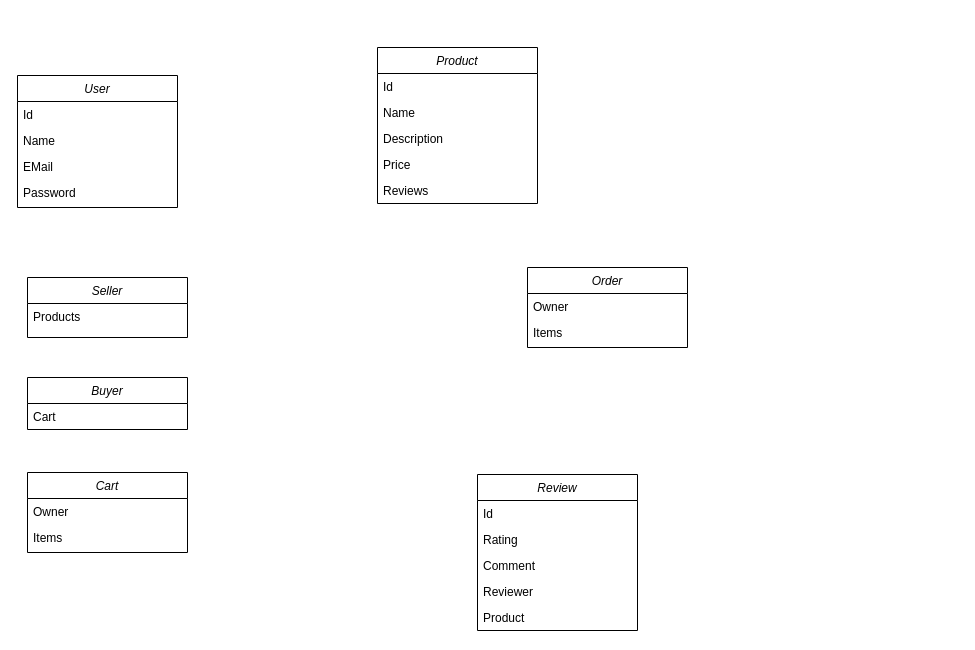
Earlier version of the draw.io diagram Diagramme sans nom.drawio (Caalagan/Caalagan). Source tidied: cells renumbered, new cells numbered last; positions are measured from the earlier drawing's top-left corner, leaving out a move shared by most shapes. Both pictures are drawn from the tidied source at 100%, with x=0, y=0 at pixel (17, 47).
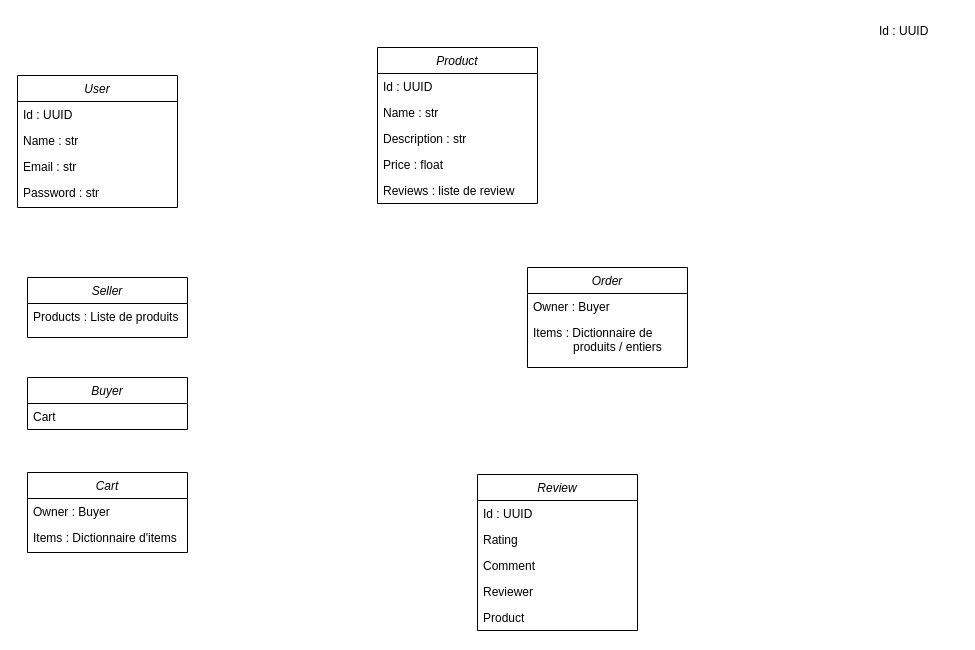
The same page after the edit.

Commit message (it also covers changes not shown here):
Mettre à jour Diagramme sans nom.drawio

The change refers to these unchanged cells:
```xml
<mxCell id="2" value="Seller" style="swimlane;fontStyle=2;align=center;verticalAlign=top;horizontal=1;startSize=26;rounded=0;shadow=0;strokeWidth=1;" parent="1" vertex="1">
  <mxGeometry x="10" y="230" width="160" height="60" as="geometry" />
</mxCell>
<mxCell id="4" value="User" style="swimlane;fontStyle=2;align=center;verticalAlign=top;horizontal=1;startSize=26;rounded=0;shadow=0;strokeWidth=1;" parent="1" vertex="1">
  <mxGeometry y="28" width="160" height="132" as="geometry" />
</mxCell>
<mxCell id="11" value="Product" style="swimlane;fontStyle=2;align=center;verticalAlign=top;horizontal=1;startSize=26;rounded=0;shadow=0;strokeWidth=1;" parent="1" vertex="1">
  <mxGeometry x="360" width="160" height="156" as="geometry" />
</mxCell>
<mxCell id="17" value="Cart" style="swimlane;fontStyle=2;align=center;verticalAlign=top;horizontal=1;startSize=26;rounded=0;shadow=0;strokeWidth=1;" parent="1" vertex="1">
  <mxGeometry x="10" y="425" width="160" height="80" as="geometry" />
</mxCell>
<mxCell id="23" value="Review" style="swimlane;fontStyle=2;align=center;verticalAlign=top;horizontal=1;startSize=26;rounded=0;shadow=0;strokeWidth=1;" parent="1" vertex="1">
  <mxGeometry x="460" y="427" width="160" height="156" as="geometry" />
</mxCell>
```

The edit, as a diff of the source:
```diff
@@
-    <mxCell id="3" value="Products" style="text;align=left;verticalAlign=top;spacingLeft=4;spacingRight=4;overflow=hidden;" parent="2" vertex="1">
+    <mxCell id="3" value="Products : Liste de produits" style="text;align=left;verticalAlign=top;spacingLeft=4;spacingRight=4;overflow=hidden;" parent="2" vertex="1">
       <mxGeometry y="26" width="160" height="26" as="geometry" />
     </mxCell>
@@
-    <mxCell id="5" value="Id" style="text;align=left;verticalAlign=top;spacingLeft=4;spacingRight=4;overflow=hidden;" parent="4" vertex="1">
+    <mxCell id="5" value="Id : UUID" style="text;align=left;verticalAlign=top;spacingLeft=4;spacingRight=4;overflow=hidden;" parent="4" vertex="1">
       <mxGeometry y="26" width="160" height="26" as="geometry" />
     </mxCell>
-    <mxCell id="6" value="Name" style="text;align=left;verticalAlign=top;spacingLeft=4;spacingRight=4;overflow=hidden;rounded=0;shadow=0;html=0;" parent="4" vertex="1">
+    <mxCell id="6" value="Name : str" style="text;align=left;verticalAlign=top;spacingLeft=4;spacingRight=4;overflow=hidden;rounded=0;shadow=0;html=0;" parent="4" vertex="1">
       <mxGeometry y="52" width="160" height="26" as="geometry" />
     </mxCell>
-    <mxCell id="7" value="EMail" style="text;align=left;verticalAlign=top;spacingLeft=4;spacingRight=4;overflow=hidden;rounded=0;shadow=0;html=0;" parent="4" vertex="1">
+    <mxCell id="7" value="Email : str" style="text;align=left;verticalAlign=top;spacingLeft=4;spacingRight=4;overflow=hidden;rounded=0;shadow=0;html=0;" parent="4" vertex="1">
       <mxGeometry y="78" width="160" height="26" as="geometry" />
     </mxCell>
-    <mxCell id="8" value="Password" style="text;align=left;verticalAlign=top;spacingLeft=4;spacingRight=4;overflow=hidden;" parent="4" vertex="1">
+    <mxCell id="8" value="Password : str" style="text;align=left;verticalAlign=top;spacingLeft=4;spacingRight=4;overflow=hidden;" parent="4" vertex="1">
       <mxGeometry y="104" width="160" height="26" as="geometry" />
     </mxCell>
@@
-    <mxCell id="12" value="Id" style="text;align=left;verticalAlign=top;spacingLeft=4;spacingRight=4;overflow=hidden;" parent="11" vertex="1">
+    <mxCell id="12" value="Id : UUID" style="text;align=left;verticalAlign=top;spacingLeft=4;spacingRight=4;overflow=hidden;" parent="11" vertex="1">
       <mxGeometry y="26" width="160" height="26" as="geometry" />
     </mxCell>
-    <mxCell id="13" value="Name" style="text;align=left;verticalAlign=top;spacingLeft=4;spacingRight=4;overflow=hidden;rounded=0;shadow=0;html=0;" parent="11" vertex="1">
+    <mxCell id="13" value="Name : str" style="text;align=left;verticalAlign=top;spacingLeft=4;spacingRight=4;overflow=hidden;rounded=0;shadow=0;html=0;" parent="11" vertex="1">
       <mxGeometry y="52" width="160" height="26" as="geometry" />
     </mxCell>
-    <mxCell id="14" value="Description" style="text;align=left;verticalAlign=top;spacingLeft=4;spacingRight=4;overflow=hidden;rounded=0;shadow=0;html=0;" parent="11" vertex="1">
+    <mxCell id="14" value="Description : str" style="text;align=left;verticalAlign=top;spacingLeft=4;spacingRight=4;overflow=hidden;rounded=0;shadow=0;html=0;" parent="11" vertex="1">
       <mxGeometry y="78" width="160" height="26" as="geometry" />
     </mxCell>
-    <mxCell id="15" value="Price" style="text;align=left;verticalAlign=top;spacingLeft=4;spacingRight=4;overflow=hidden;" parent="11" vertex="1">
+    <mxCell id="15" value="Price : float" style="text;align=left;verticalAlign=top;spacingLeft=4;spacingRight=4;overflow=hidden;" parent="11" vertex="1">
       <mxGeometry y="104" width="160" height="26" as="geometry" />
     </mxCell>
-    <mxCell id="16" value="Reviews" style="text;align=left;verticalAlign=top;spacingLeft=4;spacingRight=4;overflow=hidden;" parent="11" vertex="1">
+    <mxCell id="16" value="Reviews : liste de review" style="text;align=left;verticalAlign=top;spacingLeft=4;spacingRight=4;overflow=hidden;" parent="11" vertex="1">
       <mxGeometry y="130" width="160" height="26" as="geometry" />
     </mxCell>
@@
-    <mxCell id="18" value="Owner" style="text;align=left;verticalAlign=top;spacingLeft=4;spacingRight=4;overflow=hidden;" parent="17" vertex="1">
+    <mxCell id="18" value="Owner : Buyer" style="text;align=left;verticalAlign=top;spacingLeft=4;spacingRight=4;overflow=hidden;" parent="17" vertex="1">
       <mxGeometry y="26" width="160" height="26" as="geometry" />
     </mxCell>
-    <mxCell id="19" value="Items" style="text;align=left;verticalAlign=top;spacingLeft=4;spacingRight=4;overflow=hidden;rounded=0;shadow=0;html=0;" parent="17" vertex="1">
+    <mxCell id="19" value="Items : Dictionnaire d'items" style="text;align=left;verticalAlign=top;spacingLeft=4;spacingRight=4;overflow=hidden;rounded=0;shadow=0;html=0;" parent="17" vertex="1">
       <mxGeometry y="52" width="160" height="26" as="geometry" />
     </mxCell>
     <mxCell id="20" value="Order" style="swimlane;fontStyle=2;align=center;verticalAlign=top;horizontal=1;startSize=26;rounded=0;shadow=0;strokeWidth=1;" parent="1" vertex="1">
-      <mxGeometry x="510" y="220" width="160" height="80" as="geometry" />
+      <mxGeometry x="510" y="220" width="160" height="100" as="geometry" />
     </mxCell>
-    <mxCell id="21" value="Owner" style="text;align=left;verticalAlign=top;spacingLeft=4;spacingRight=4;overflow=hidden;" parent="20" vertex="1">
+    <mxCell id="21" value="Owner : Buyer" style="text;align=left;verticalAlign=top;spacingLeft=4;spacingRight=4;overflow=hidden;" parent="20" vertex="1">
       <mxGeometry y="26" width="160" height="26" as="geometry" />
     </mxCell>
-    <mxCell id="22" value="Items" style="text;align=left;verticalAlign=top;spacingLeft=4;spacingRight=4;overflow=hidden;rounded=0;shadow=0;html=0;" parent="20" vertex="1">
-      <mxGeometry y="52" width="160" height="26" as="geometry" />
+    <mxCell id="22" value="Items : Dictionnaire de &#10;            produits / entiers" style="text;align=left;verticalAlign=top;spacingLeft=4;spacingRight=4;overflow=hidden;rounded=0;shadow=0;html=0;" parent="20" vertex="1">
+      <mxGeometry y="52" width="160" height="48" as="geometry" />
     </mxCell>
@@
-    <mxCell id="24" value="Id" style="text;align=left;verticalAlign=top;spacingLeft=4;spacingRight=4;overflow=hidden;" parent="23" vertex="1">
+    <mxCell id="24" value="Id : UUID" style="text;align=left;verticalAlign=top;spacingLeft=4;spacingRight=4;overflow=hidden;" parent="23" vertex="1">
       <mxGeometry y="26" width="160" height="26" as="geometry" />
     </mxCell>
@@
+    <mxCell id="29" value="Id : UUID" style="text;whiteSpace=wrap;html=1;" parent="1" vertex="1">
+      <mxGeometry x="860" y="-30" width="80" height="40" as="geometry" />
+    </mxCell>
```
